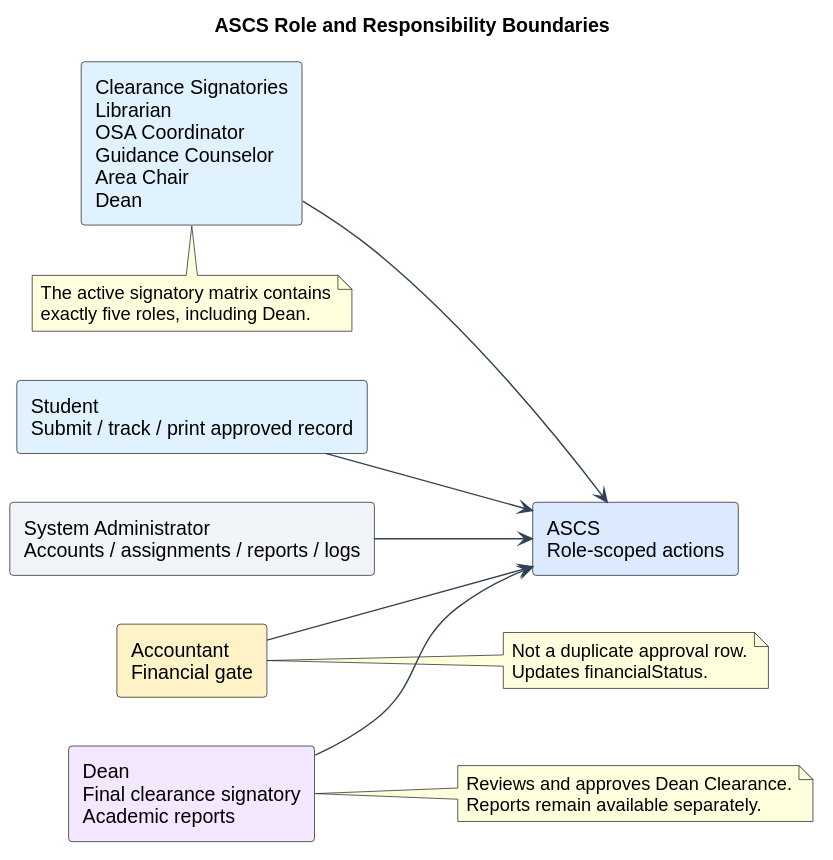
Earlier version of the PlantUML export docs/diagrams/svg/04-role-rbac.svg (lucifron28/ascs).
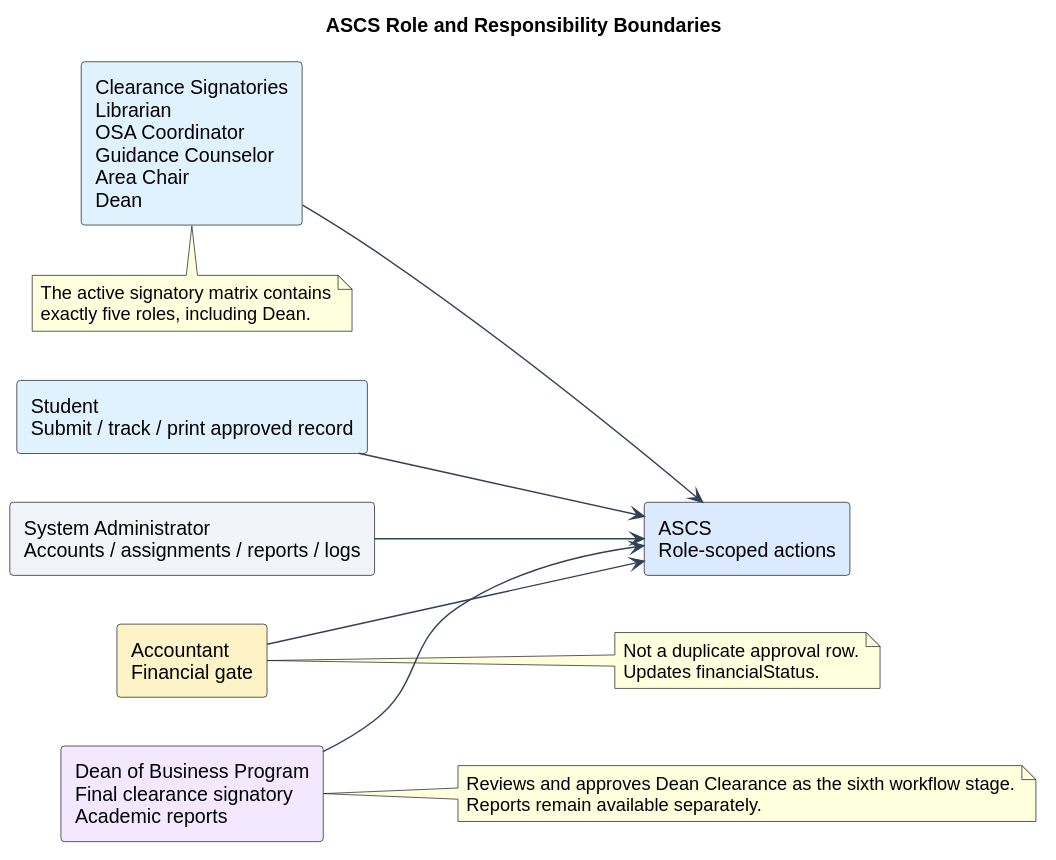
Above is the later version.

Change to the diagram source:
```diff
@@ -9,7 +9,7 @@
 rectangle "Student\nSubmit / track / print approved record" as Student #E0F2FE
 rectangle "Clearance Signatories\nLibrarian\nOSA Coordinator\nGuidance Counselor\nArea Chair\nDean" as Signatories #E0F2FE
 rectangle "Accountant\nFinancial gate" as Accountant #FEF3C7
-rectangle "Dean\nFinal clearance signatory\nAcademic reports" as Dean #F3E8FF
+rectangle "Dean of Business Program\nFinal clearance signatory\nAcademic reports" as Dean #F3E8FF
 rectangle "System Administrator\nAccounts / assignments / reports / logs" as Admin #F1F5F9
 rectangle "ASCS\nRole-scoped actions" as ASCS #DBEAFE
 
@@ -25,7 +25,7 @@
 end note
 
 note right of Dean
-Reviews and approves Dean Clearance.
+Reviews and approves Dean Clearance as the sixth workflow stage.
 Reports remain available separately.
 end note
 
```
